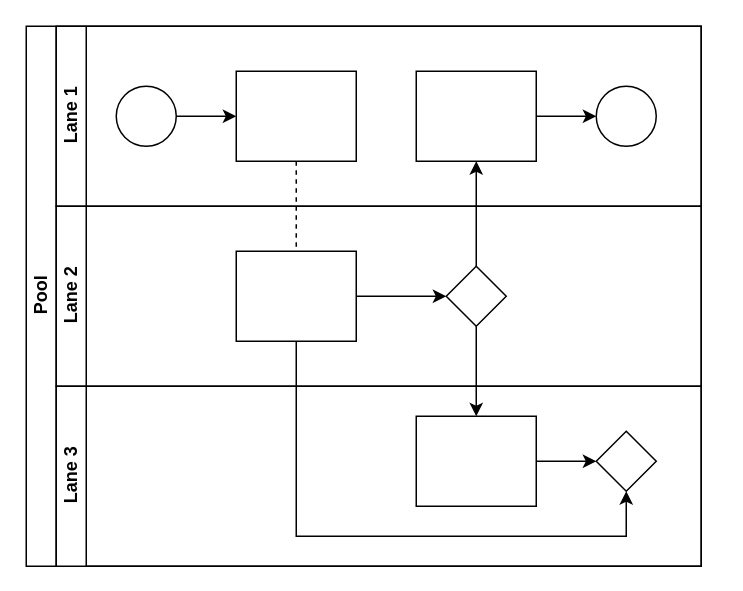
Cricle7/Network keeps this draw.io diagram as ethernet_stream.drawio. Above is the earlier version. Source tidied: cells renumbered, new cells numbered last; positions are measured from the earlier drawing's top-left corner, leaving out a move shared by most shapes. Both pictures are drawn from the tidied source at 150%, with x=0, y=0 at pixel (26, 26).
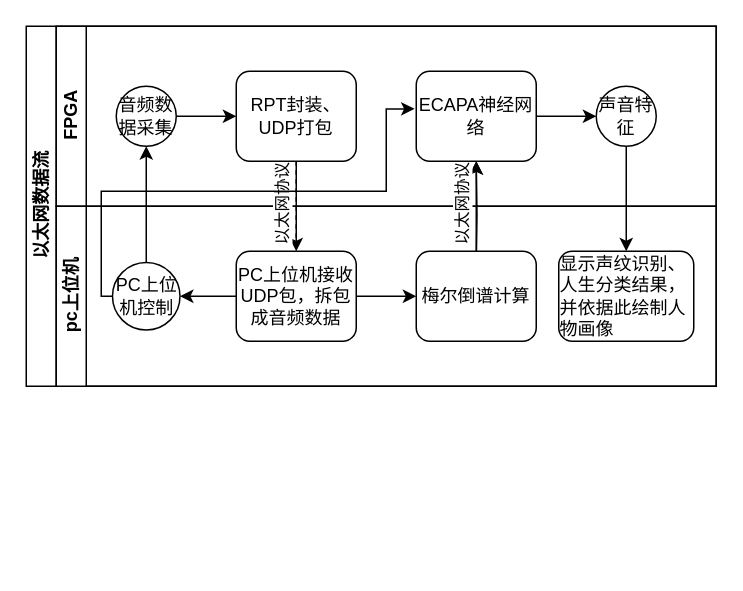
Above is the later version.

The edit, as a diff of the source:
```diff
@@
-    <mxCell id="2" value="Pool" style="swimlane;html=1;horizontal=0;startSize=20;" parent="1" vertex="1">
-      <mxGeometry width="450" height="360" as="geometry" />
+    <mxCell id="2" value="以太网数据流" style="swimlane;html=1;horizontal=0;startSize=20;" parent="1" vertex="1">
+      <mxGeometry width="460" height="240" as="geometry" />
     </mxCell>
@@
-    <mxCell id="4" style="edgeStyle=orthogonalEdgeStyle;rounded=0;jettySize=auto;html=1;endArrow=classic;endFill=1;" parent="2" edge="1" source="17" target="12">
-      <mxGeometry relative="1" as="geometry" />
+    <mxCell id="4" style="edgeStyle=orthogonalEdgeStyle;rounded=0;jettySize=auto;html=1;endArrow=classic;endFill=1;" parent="2" edge="1" target="12">
+      <mxGeometry relative="1" as="geometry">
+        <mxPoint x="300" y="160" as="sourcePoint" />
+      </mxGeometry>
     </mxCell>
-    <mxCell id="5" style="edgeStyle=orthogonalEdgeStyle;rounded=0;jettySize=auto;html=1;endArrow=classic;endFill=1;" parent="2" edge="1" source="17" target="20">
-      <mxGeometry relative="1" as="geometry" />
-    </mxCell>
-    <mxCell id="6" style="edgeStyle=orthogonalEdgeStyle;rounded=0;jettySize=auto;html=1;endArrow=classic;endFill=1;" parent="2" edge="1" source="16" target="21">
-      <mxGeometry relative="1" as="geometry">
-        <Array as="points">
-          <mxPoint x="180" y="340" />
-          <mxPoint x="400" y="340" />
-        </Array>
-      </mxGeometry>
-    </mxCell>
-    <mxCell id="7" value="Lane 1" style="swimlane;html=1;startSize=20;horizontal=0;" parent="2" vertex="1">
-      <mxGeometry x="20" width="430" height="120" as="geometry" />
+    <mxCell id="7" value="FPGA" style="swimlane;html=1;startSize=20;horizontal=0;" parent="2" vertex="1">
+      <mxGeometry x="20" width="440" height="120" as="geometry" />
     </mxCell>
@@
-    <mxCell id="9" style="ellipse;whiteSpace=wrap;html=1;" parent="7" vertex="1">
+    <mxCell id="9" value="音频数据采集" style="ellipse;whiteSpace=wrap;html=1;" parent="7" vertex="1">
       <mxGeometry x="40" y="40" width="40" height="40" as="geometry" />
     </mxCell>
-    <mxCell id="10" style="rounded=0;whiteSpace=wrap;html=1;fontFamily=Helvetica;fontSize=12;fontColor=#000000;align=center;" parent="7" vertex="1">
+    <mxCell id="10" value="RPT封装、UDP打包" style="rounded=1;whiteSpace=wrap;html=1;fontFamily=Helvetica;fontSize=12;fontColor=#000000;align=center;shadow=0;" parent="7" vertex="1">
       <mxGeometry x="120" y="30" width="80" height="60" as="geometry" />
     </mxCell>
@@
-    <mxCell id="12" style="rounded=0;whiteSpace=wrap;html=1;fontFamily=Helvetica;fontSize=12;fontColor=#000000;align=center;" parent="7" vertex="1">
+    <mxCell id="12" value="ECAPA神经网络" style="rounded=1;whiteSpace=wrap;html=1;fontFamily=Helvetica;fontSize=12;fontColor=#000000;align=center;" parent="7" vertex="1">
       <mxGeometry x="240" y="30" width="80" height="60" as="geometry" />
     </mxCell>
-    <mxCell id="13" style="ellipse;whiteSpace=wrap;html=1;" parent="7" vertex="1">
+    <mxCell id="13" value="声音特征" style="ellipse;whiteSpace=wrap;html=1;" parent="7" vertex="1">
       <mxGeometry x="360" y="40" width="40" height="40" as="geometry" />
     </mxCell>
-    <mxCell id="14" value="Lane 2" style="swimlane;html=1;startSize=20;horizontal=0;" parent="2" vertex="1">
-      <mxGeometry x="20" y="120" width="430" height="120" as="geometry" />
+    <mxCell id="14" value="pc上位机" style="swimlane;html=1;startSize=20;horizontal=0;" parent="2" vertex="1">
+      <mxGeometry x="20" y="120" width="440" height="120" as="geometry" />
     </mxCell>
-    <mxCell id="15" style="edgeStyle=orthogonalEdgeStyle;rounded=0;jettySize=auto;html=1;endArrow=classic;endFill=1;" parent="14" edge="1" source="16" target="17">
-      <mxGeometry relative="1" as="geometry" />
-    </mxCell>
+    <mxCell id="22" style="edgeStyle=orthogonalEdgeStyle;rounded=0;jettySize=auto;html=1;" parent="14" edge="1" source="16" target="24">
+      <mxGeometry relative="1" as="geometry" />
+    </mxCell>
+    <mxCell id="23" style="edgeStyle=orthogonalEdgeStyle;rounded=0;jettySize=auto;html=1;" parent="14" edge="1" source="16" target="25">
+      <mxGeometry relative="1" as="geometry" />
+    </mxCell>
-    <mxCell id="16" style="rounded=0;whiteSpace=wrap;html=1;fontFamily=Helvetica;fontSize=12;fontColor=#000000;align=center;" parent="14" vertex="1">
+    <mxCell id="16" value="PC上位机接收UDP包，拆包成音频数据" style="rounded=1;whiteSpace=wrap;html=1;fontFamily=Helvetica;fontSize=12;fontColor=#000000;align=center;" parent="14" vertex="1">
       <mxGeometry x="120" y="30" width="80" height="60" as="geometry" />
     </mxCell>
-    <mxCell id="17" style="rhombus;whiteSpace=wrap;html=1;fontFamily=Helvetica;fontSize=12;fontColor=#000000;align=center;" parent="14" vertex="1">
-      <mxGeometry x="260" y="40" width="40" height="40" as="geometry" />
-    </mxCell>
-    <mxCell id="18" value="Lane 3" style="swimlane;html=1;startSize=20;horizontal=0;" parent="2" vertex="1">
-      <mxGeometry x="20" y="240" width="430" height="120" as="geometry" />
-    </mxCell>
-    <mxCell id="19" style="edgeStyle=orthogonalEdgeStyle;rounded=0;jettySize=auto;html=1;endArrow=classic;endFill=1;" parent="18" edge="1" source="20" target="21">
-      <mxGeometry relative="1" as="geometry" />
-    </mxCell>
-    <mxCell id="20" style="rounded=0;whiteSpace=wrap;html=1;fontFamily=Helvetica;fontSize=12;fontColor=#000000;align=center;" parent="18" vertex="1">
-      <mxGeometry x="240" y="20" width="80" height="60" as="geometry" />
-    </mxCell>
-    <mxCell id="21" style="rhombus;whiteSpace=wrap;html=1;fontFamily=Helvetica;fontSize=12;fontColor=#000000;align=center;" parent="18" vertex="1">
-      <mxGeometry x="360" y="30" width="40" height="40" as="geometry" />
-    </mxCell>
+    <mxCell id="24" value="PC上位机控制" style="ellipse;whiteSpace=wrap;html=1;fontColor=#000000;rounded=0;" parent="14" vertex="1">
+      <mxGeometry x="37.5" y="37.5" width="45" height="45" as="geometry" />
+    </mxCell>
+    <mxCell id="25" value="梅尔倒谱计算" style="whiteSpace=wrap;html=1;fontColor=#000000;rounded=1;glass=0;" parent="14" vertex="1">
+      <mxGeometry x="240" y="30" width="80" height="60" as="geometry" />
+    </mxCell>
+    <mxCell id="26" value="&lt;div style=&quot;text-align: start;&quot;&gt;&lt;span style=&quot;background-color: initial;&quot;&gt;显示声纹识别、人生分类结果，并依据此绘制人物画像&lt;/span&gt;&lt;/div&gt;" style="whiteSpace=wrap;html=1;rounded=1;" parent="14" vertex="1">
+      <mxGeometry x="335" y="30" width="90" height="60" as="geometry" />
+    </mxCell>
+    <mxCell id="27" style="edgeStyle=orthogonalEdgeStyle;rounded=0;jettySize=auto;html=1;entryX=0.5;entryY=1;entryDx=0;entryDy=0;" parent="2" edge="1" source="24" target="9">
+      <mxGeometry relative="1" as="geometry" />
+    </mxCell>
+    <mxCell id="28" style="edgeStyle=orthogonalEdgeStyle;rounded=0;jettySize=auto;html=1;exitX=0.5;exitY=1;exitDx=0;exitDy=0;" parent="2" edge="1" source="10">
+      <mxGeometry relative="1" as="geometry">
+        <mxPoint x="180" y="150" as="targetPoint" />
+      </mxGeometry>
+    </mxCell>
+    <mxCell id="29" value="以太网协议" style="edgeLabel;html=1;align=center;verticalAlign=middle;rotation=-90;" parent="28" vertex="1">
+      <mxGeometry x="-0.19" y="1" relative="1" as="geometry">
+        <mxPoint x="-11" y="5" as="offset" />
+      </mxGeometry>
+    </mxCell>
+    <mxCell id="30" style="edgeStyle=orthogonalEdgeStyle;rounded=0;jettySize=auto;html=1;" parent="2" edge="1" source="25" target="12">
+      <mxGeometry relative="1" as="geometry" />
+    </mxCell>
+    <mxCell id="31" value="以太网协议" style="edgeLabel;html=1;align=center;verticalAlign=middle;rotation=-90;" parent="30" vertex="1">
+      <mxGeometry x="0.23" relative="1" as="geometry">
+        <mxPoint x="-10" y="7" as="offset" />
+      </mxGeometry>
+    </mxCell>
+    <mxCell id="32" style="edgeStyle=orthogonalEdgeStyle;rounded=0;jettySize=auto;html=1;" parent="2" edge="1" source="13" target="26">
+      <mxGeometry relative="1" as="geometry" />
+    </mxCell>
+    <mxCell id="33" style="edgeStyle=orthogonalEdgeStyle;rounded=0;jettySize=auto;html=1;entryX=-0.014;entryY=0.418;entryDx=0;entryDy=0;exitX=0;exitY=0.5;exitDx=0;exitDy=0;entryPerimeter=0;" parent="2" edge="1" source="24" target="12">
+      <mxGeometry relative="1" as="geometry">
+        <Array as="points">
+          <mxPoint x="50" y="180" />
+          <mxPoint x="50" y="110" />
+          <mxPoint x="240" y="110" />
+          <mxPoint x="240" y="55" />
+        </Array>
+      </mxGeometry>
+    </mxCell>
```
